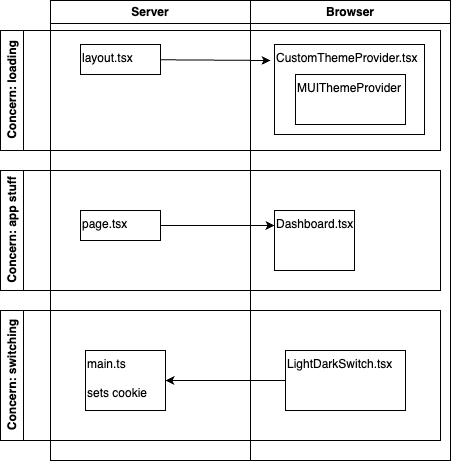
The draw.io diagram docs/architecture.png in rkristelijn/mui-theme-switcher, before a commit. Source tidied: cells renumbered, new cells last; positions are measured from the earlier drawing's top-left corner, leaving out a move shared by most shapes.
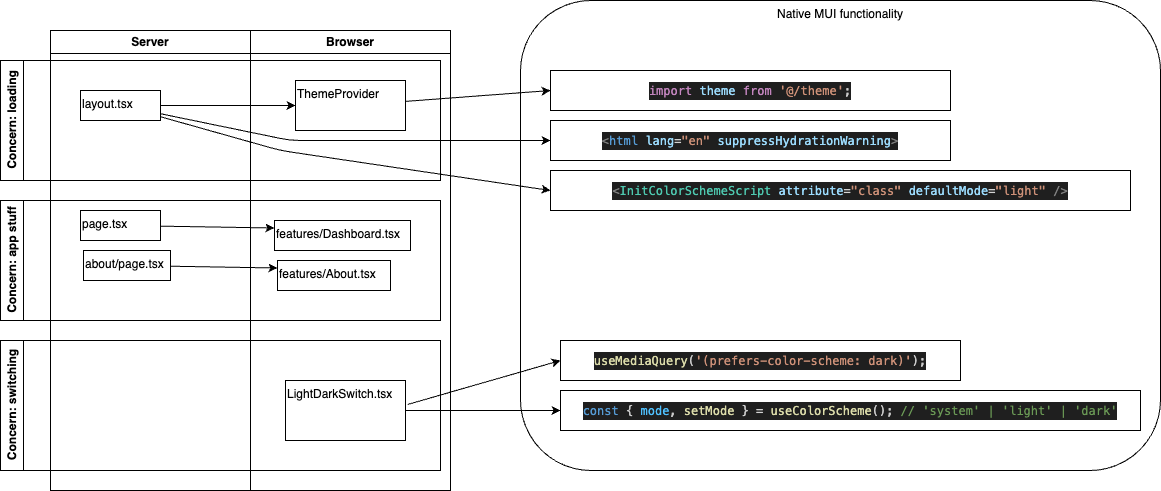
The same diagram one commit later.

Diff of the diagram source:
```diff
@@ -5,32 +5,12 @@
     <mxCell id="2" value="Browser" style="swimlane;whiteSpace=wrap;html=1;" parent="1" vertex="1">
       <mxGeometry x="250" width="200" height="460" as="geometry" />
     </mxCell>
-    <mxCell id="3" value="CustomThemeProvider.tsx" style="rounded=0;whiteSpace=wrap;html=1;align=left;verticalAlign=top;" parent="2" vertex="1">
-      <mxGeometry x="24" y="44" width="150" height="90" as="geometry" />
-    </mxCell>
-    <mxCell id="4" value="MUIThemeProvider" style="rounded=0;whiteSpace=wrap;html=1;align=left;verticalAlign=top;" parent="2" vertex="1">
-      <mxGeometry x="45" y="74" width="110" height="50" as="geometry" />
-    </mxCell>
     <mxCell id="5" value="LightDarkSwitch.tsx" style="rounded=0;whiteSpace=wrap;html=1;align=left;verticalAlign=top;" parent="2" vertex="1">
       <mxGeometry x="35" y="350" width="120" height="60" as="geometry" />
     </mxCell>
     <mxCell id="6" value="Server" style="swimlane;whiteSpace=wrap;html=1;" parent="1" vertex="1">
       <mxGeometry x="50" width="200" height="460" as="geometry" />
     </mxCell>
-    <mxCell id="7" value="main.ts&lt;br&gt;&lt;br&gt;sets cookie" style="rounded=0;whiteSpace=wrap;html=1;align=left;verticalAlign=top;" parent="6" vertex="1">
-      <mxGeometry x="35" y="350" width="80" height="60" as="geometry" />
-    </mxCell>
-    <mxCell id="8" value="layout.tsx" style="rounded=0;whiteSpace=wrap;html=1;align=left;verticalAlign=top;" parent="6" vertex="1">
-      <mxGeometry x="30" y="44" width="80" height="30" as="geometry" />
-    </mxCell>
-    <mxCell id="9" style="edgeStyle=none;html=1;" parent="1" edge="1" source="8">
-      <mxGeometry relative="1" as="geometry">
-        <mxPoint x="270" y="60" as="targetPoint" />
-      </mxGeometry>
-    </mxCell>
-    <mxCell id="10" style="edgeStyle=none;html=1;entryX=1;entryY=0.5;entryDx=0;entryDy=0;" parent="1" edge="1" source="5" target="7">
-      <mxGeometry relative="1" as="geometry" />
-    </mxCell>
     <mxCell id="11" value="Concern: switching" style="swimlane;horizontal=0;whiteSpace=wrap;html=1;" parent="1" vertex="1">
       <mxGeometry y="310" width="440" height="130" as="geometry" />
     </mxCell>
@@ -38,16 +18,75 @@
       <mxGeometry y="170" width="440" height="120" as="geometry" />
     </mxCell>
     <mxCell id="13" value="page.tsx" style="rounded=0;whiteSpace=wrap;html=1;align=left;verticalAlign=top;" parent="12" vertex="1">
-      <mxGeometry x="80" y="40" width="80" height="30" as="geometry" />
+      <mxGeometry x="80" y="10" width="80" height="30" as="geometry" />
     </mxCell>
-    <mxCell id="14" value="Dashboard.tsx" style="rounded=0;whiteSpace=wrap;html=1;align=left;verticalAlign=top;" parent="12" vertex="1">
-      <mxGeometry x="274" y="40" width="80" height="60" as="geometry" />
+    <mxCell id="14" value="features/Dashboard.tsx" style="rounded=0;whiteSpace=wrap;html=1;align=left;verticalAlign=top;" parent="12" vertex="1">
+      <mxGeometry x="274" y="20" width="136" height="30" as="geometry" />
     </mxCell>
     <mxCell id="15" style="edgeStyle=none;html=1;entryX=0;entryY=0.25;entryDx=0;entryDy=0;" parent="12" edge="1" source="13" target="14">
       <mxGeometry relative="1" as="geometry" />
     </mxCell>
+    <mxCell id="17" value="about/page.tsx" style="rounded=0;whiteSpace=wrap;html=1;align=left;verticalAlign=top;" parent="12" vertex="1">
+      <mxGeometry x="83" y="50" width="87" height="30" as="geometry" />
+    </mxCell>
+    <mxCell id="18" value="features/About.tsx" style="rounded=0;whiteSpace=wrap;html=1;align=left;verticalAlign=top;" parent="12" vertex="1">
+      <mxGeometry x="277" y="60" width="113" height="30" as="geometry" />
+    </mxCell>
+    <mxCell id="19" style="edgeStyle=none;html=1;entryX=0;entryY=0.25;entryDx=0;entryDy=0;" parent="12" edge="1" source="17" target="18">
+      <mxGeometry relative="1" as="geometry" />
+    </mxCell>
     <mxCell id="16" value="Concern: loading" style="swimlane;horizontal=0;whiteSpace=wrap;html=1;" parent="1" vertex="1">
       <mxGeometry y="30" width="440" height="120" as="geometry" />
     </mxCell>
+    <mxCell id="4" value="ThemeProvider" style="rounded=0;whiteSpace=wrap;html=1;align=left;verticalAlign=top;" parent="16" vertex="1">
+      <mxGeometry x="295" y="20" width="110" height="50" as="geometry" />
+    </mxCell>
+    <mxCell id="8" value="layout.tsx" style="rounded=0;whiteSpace=wrap;html=1;align=left;verticalAlign=top;" parent="16" vertex="1">
+      <mxGeometry x="80" y="30" width="80" height="30" as="geometry" />
+    </mxCell>
+    <mxCell id="9" style="edgeStyle=none;html=1;" parent="16" edge="1" source="8" target="4">
+      <mxGeometry relative="1" as="geometry" />
+    </mxCell>
+    <mxCell id="20" value="Native MUI functionality" style="rounded=1;whiteSpace=wrap;html=1;verticalAlign=top;" parent="1" vertex="1">
+      <mxGeometry x="520" y="-30" width="640" height="470" as="geometry" />
+    </mxCell>
+    <mxCell id="21" value="&lt;div style=&quot;color: rgb(204, 204, 204); background-color: rgb(31, 31, 31); font-family: Menlo, Monaco, &amp;quot;Courier New&amp;quot;, monospace; line-height: 18px;&quot;&gt;&lt;span style=&quot;color: #dcdcaa;&quot;&gt;useMediaQuery&lt;/span&gt;(&lt;span style=&quot;color: #ce9178;&quot;&gt;'(prefers-color-scheme: dark)'&lt;/span&gt;);&lt;/div&gt;" style="rounded=0;whiteSpace=wrap;html=1;" parent="1" vertex="1">
+      <mxGeometry x="560" y="310" width="400" height="40" as="geometry" />
+    </mxCell>
+    <mxCell id="22" value="&lt;div style=&quot;color: rgb(204, 204, 204); background-color: rgb(31, 31, 31); font-family: Menlo, Monaco, &amp;quot;Courier New&amp;quot;, monospace; line-height: 18px;&quot;&gt;&lt;div style=&quot;line-height: 18px;&quot;&gt;&lt;span style=&quot;color: #569cd6;&quot;&gt;const&lt;/span&gt; { &lt;span style=&quot;color: #4fc1ff;&quot;&gt;mode&lt;/span&gt;, &lt;span style=&quot;color: #dcdcaa;&quot;&gt;setMode&lt;/span&gt; } &lt;span style=&quot;color: #d4d4d4;&quot;&gt;=&lt;/span&gt; &lt;span style=&quot;color: #dcdcaa;&quot;&gt;useColorScheme&lt;/span&gt;(); &lt;span style=&quot;color: #6a9955;&quot;&gt;// 'system' | 'light' | 'dark'&lt;/span&gt;&lt;/div&gt;&lt;/div&gt;" style="rounded=0;whiteSpace=wrap;html=1;" parent="1" vertex="1">
+      <mxGeometry x="560" y="360" width="580" height="40" as="geometry" />
+    </mxCell>
+    <mxCell id="23" style="edgeStyle=none;html=1;entryX=0;entryY=0.5;entryDx=0;entryDy=0;exitX=1.017;exitY=0.4;exitDx=0;exitDy=0;exitPerimeter=0;" parent="1" edge="1" source="5" target="21">
+      <mxGeometry relative="1" as="geometry" />
+    </mxCell>
+    <mxCell id="24" style="edgeStyle=none;html=1;entryX=0;entryY=0.5;entryDx=0;entryDy=0;exitX=1;exitY=0.5;exitDx=0;exitDy=0;" parent="1" edge="1" source="5" target="22">
+      <mxGeometry relative="1" as="geometry" />
+    </mxCell>
+    <mxCell id="25" value="&lt;div style=&quot;color: rgb(204, 204, 204); background-color: rgb(31, 31, 31); font-family: Menlo, Monaco, &amp;quot;Courier New&amp;quot;, monospace; line-height: 18px;&quot;&gt;&lt;div style=&quot;line-height: 18px;&quot;&gt;&lt;span style=&quot;color: #c586c0;&quot;&gt;import&lt;/span&gt; &lt;span style=&quot;color: #9cdcfe;&quot;&gt;theme&lt;/span&gt; &lt;span style=&quot;color: #c586c0;&quot;&gt;from&lt;/span&gt; &lt;span style=&quot;color: #ce9178;&quot;&gt;'@/theme'&lt;/span&gt;;&lt;/div&gt;&lt;/div&gt;" style="rounded=0;whiteSpace=wrap;html=1;" parent="1" vertex="1">
+      <mxGeometry x="550" y="40" width="400" height="40" as="geometry" />
+    </mxCell>
+    <mxCell id="26" value="&lt;div style=&quot;color: rgb(204, 204, 204); background-color: rgb(31, 31, 31); font-family: Menlo, Monaco, &amp;quot;Courier New&amp;quot;, monospace; line-height: 18px;&quot;&gt;&lt;div style=&quot;line-height: 18px;&quot;&gt;&lt;div style=&quot;line-height: 18px;&quot;&gt;&lt;span style=&quot;color: #808080;&quot;&gt;&amp;lt;&lt;/span&gt;&lt;span style=&quot;color: #4ec9b0;&quot;&gt;InitColorSchemeScript&lt;/span&gt; &lt;span style=&quot;color: #9cdcfe;&quot;&gt;attribute&lt;/span&gt;&lt;span style=&quot;color: #d4d4d4;&quot;&gt;=&lt;/span&gt;&lt;span style=&quot;color: #ce9178;&quot;&gt;&quot;class&quot;&lt;/span&gt; &lt;span style=&quot;color: #9cdcfe;&quot;&gt;defaultMode&lt;/span&gt;&lt;span style=&quot;color: #d4d4d4;&quot;&gt;=&lt;/span&gt;&lt;span style=&quot;color: #ce9178;&quot;&gt;&quot;light&quot;&lt;/span&gt; &lt;span style=&quot;color: #808080;&quot;&gt;/&amp;gt;&lt;/span&gt;&lt;/div&gt;&lt;/div&gt;&lt;/div&gt;" style="rounded=0;whiteSpace=wrap;html=1;" parent="1" vertex="1">
+      <mxGeometry x="550" y="140" width="580" height="40" as="geometry" />
+    </mxCell>
+    <mxCell id="27" style="edgeStyle=none;html=1;entryX=0;entryY=0.5;entryDx=0;entryDy=0;" parent="1" edge="1" source="4" target="25">
+      <mxGeometry relative="1" as="geometry" />
+    </mxCell>
+    <mxCell id="28" style="edgeStyle=none;html=1;entryX=0;entryY=0.5;entryDx=0;entryDy=0;" parent="1" edge="1" source="8" target="26">
+      <mxGeometry relative="1" as="geometry">
+        <Array as="points">
+          <mxPoint x="280" y="120" />
+        </Array>
+      </mxGeometry>
+    </mxCell>
+    <mxCell id="29" value="&lt;div style=&quot;color: rgb(204, 204, 204); background-color: rgb(31, 31, 31); font-family: Menlo, Monaco, &amp;quot;Courier New&amp;quot;, monospace; line-height: 18px;&quot;&gt;&lt;div style=&quot;line-height: 18px;&quot;&gt;&lt;div style=&quot;line-height: 18px;&quot;&gt;&lt;span style=&quot;color: #808080;&quot;&gt;&amp;lt;&lt;/span&gt;&lt;span style=&quot;color: #569cd6;&quot;&gt;html&lt;/span&gt; &lt;span style=&quot;color: #9cdcfe;&quot;&gt;lang&lt;/span&gt;&lt;span style=&quot;color: #d4d4d4;&quot;&gt;=&lt;/span&gt;&lt;span style=&quot;color: #ce9178;&quot;&gt;&quot;en&quot;&lt;/span&gt; &lt;span style=&quot;color: #9cdcfe;&quot;&gt;suppressHydrationWarning&lt;/span&gt;&lt;span style=&quot;color: #808080;&quot;&gt;&amp;gt;&lt;/span&gt;&lt;/div&gt;&lt;/div&gt;&lt;/div&gt;" style="rounded=0;whiteSpace=wrap;html=1;" parent="1" vertex="1">
+      <mxGeometry x="550" y="90" width="400" height="40" as="geometry" />
+    </mxCell>
+    <mxCell id="30" style="edgeStyle=none;html=1;entryX=0;entryY=0.5;entryDx=0;entryDy=0;" parent="1" edge="1" source="8" target="29">
+      <mxGeometry relative="1" as="geometry">
+        <Array as="points">
+          <mxPoint x="290" y="110" />
+        </Array>
+      </mxGeometry>
+    </mxCell>
   </root>
 </mxGraphModel>
```
